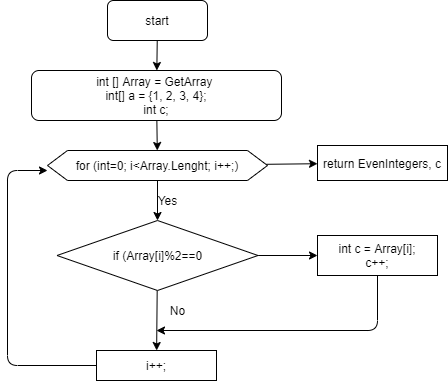
Before: .drawio.png, a diagram exported from draw.io (anastasyaeg/TUSK). Source tidied: cells renumbered, new cells last; positions are measured from the earlier drawing's top-left corner, leaving out a move shared by most shapes.
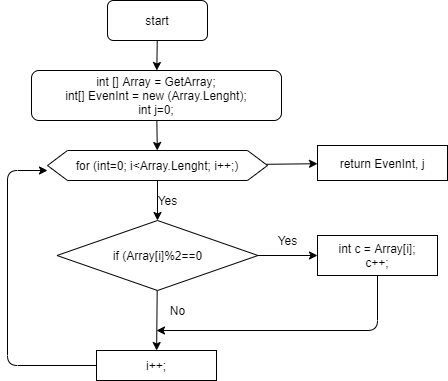
The same file after the commit.

Diff of the diagram source:
```diff
@@ -11,7 +11,7 @@
     <mxCell id="4" style="edgeStyle=none;html=1;" parent="1" edge="1" source="5" target="8">
       <mxGeometry relative="1" as="geometry" />
     </mxCell>
-    <mxCell id="5" value="int [] Array = GetArray&amp;nbsp;&lt;br&gt;int[] a = {1, 2, 3, 4};&lt;br&gt;int c;" style="whiteSpace=wrap;html=1;rounded=1;" parent="1" vertex="1">
+    <mxCell id="5" value="int [] Array = GetArray;&lt;br&gt;int[] EvenInt = new (Array.Lenght);&lt;br&gt;int j=0;" style="whiteSpace=wrap;html=1;rounded=1;" parent="1" vertex="1">
       <mxGeometry x="24" y="70" width="250" height="50" as="geometry" />
     </mxCell>
     <mxCell id="6" style="edgeStyle=none;html=1;" parent="1" edge="1" source="8" target="11">
@@ -35,7 +35,7 @@
     <mxCell id="12" value="Yes" style="text;html=1;align=center;verticalAlign=middle;strokeColor=none;" parent="1" vertex="1">
       <mxGeometry x="140" y="190" width="40" height="20" as="geometry" />
     </mxCell>
-    <mxCell id="13" value="return EvenIntegers, c" style="whiteSpace=wrap;html=1;" parent="1" vertex="1">
+    <mxCell id="13" value="return EvenInt, j" style="whiteSpace=wrap;html=1;" parent="1" vertex="1">
       <mxGeometry x="310" y="145" width="130" height="35" as="geometry" />
     </mxCell>
     <mxCell id="14" value="i++;" style="whiteSpace=wrap;html=1;" parent="1" vertex="1">
@@ -64,5 +64,8 @@
         </Array>
       </mxGeometry>
     </mxCell>
+    <mxCell id="19" value="Yes" style="text;html=1;align=center;verticalAlign=middle;strokeColor=none;" parent="1" vertex="1">
+      <mxGeometry x="260" y="230" width="40" height="20" as="geometry" />
+    </mxCell>
   </root>
 </mxGraphModel>
```
